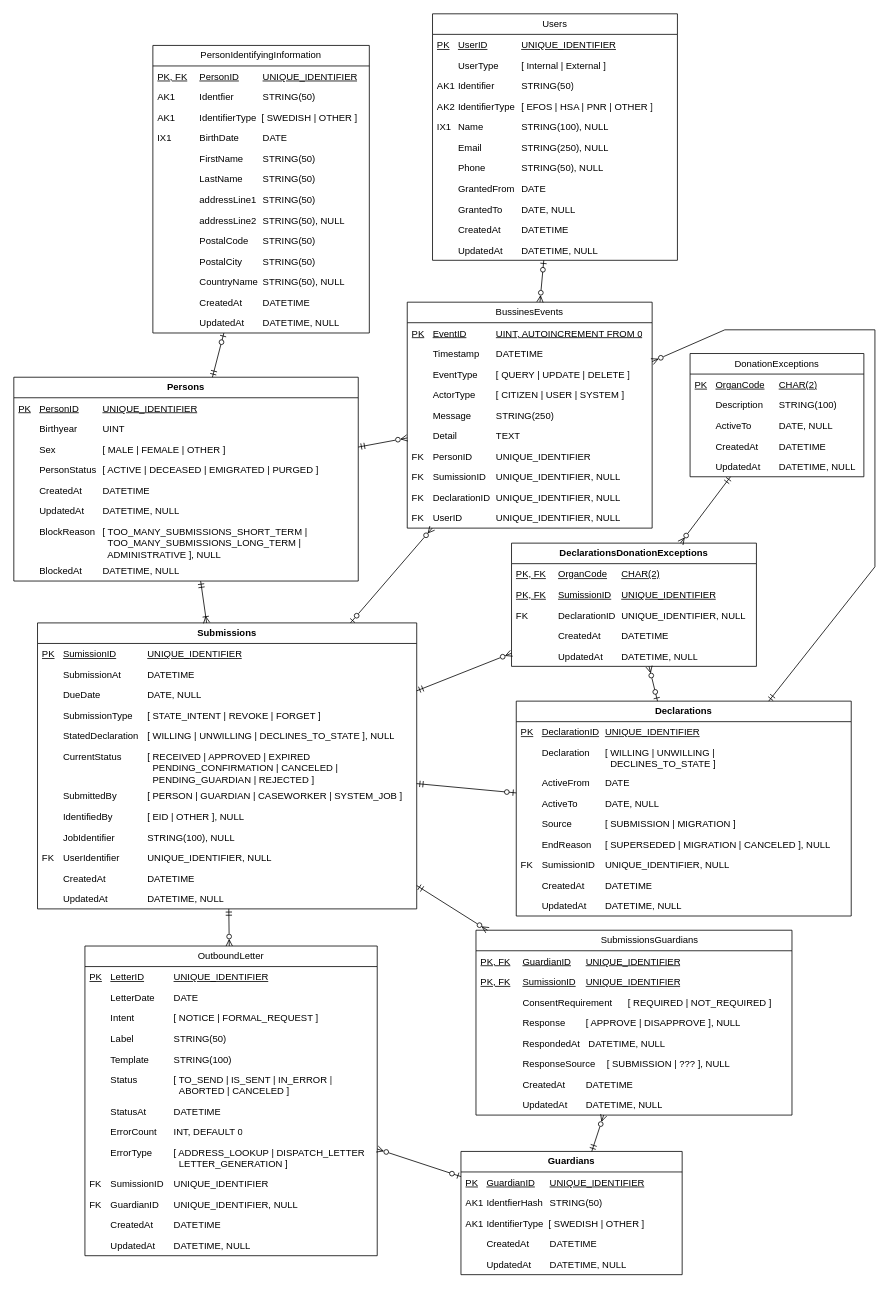
Before: page "Stående Logisk modell" (8 of 9) of Donationsregister.drawio in bhagqvist-consid/ICD11, a draw.io diagram. Source tidied: cells renumbered, new cells numbered last; positions are measured from the earlier drawing's top-left corner, leaving out a move shared by most shapes. Both pictures are drawn from the tidied source at 79%, with x=0, y=0 at pixel (13, 13).
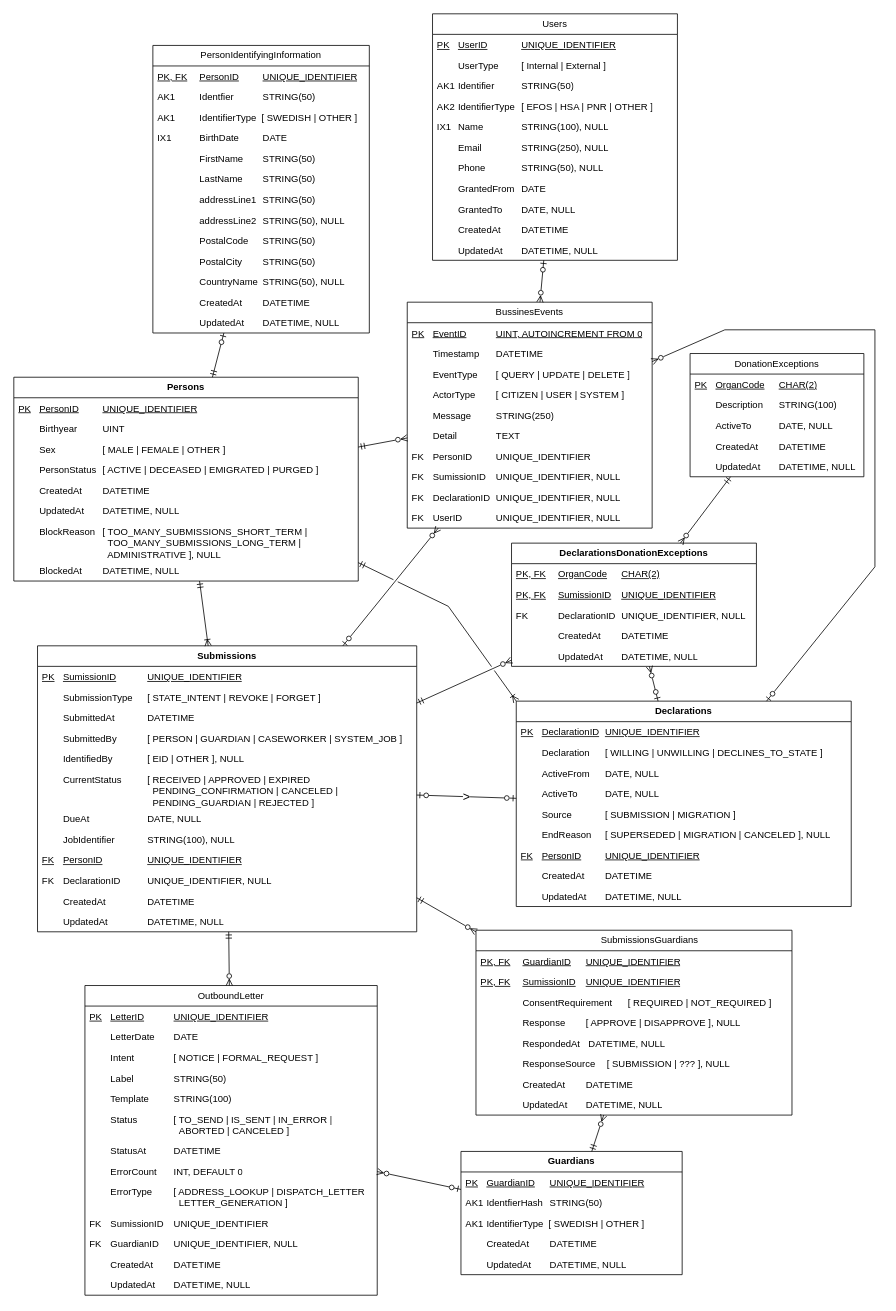
After the change.

Unchanged cells that the change refers to:
```xml
<mxCell id="2" value="Persons" style="swimlane;fontStyle=1;horizontal=1;startSize=26;fillColor=none;whiteSpace=wrap;html=1;" parent="1" vertex="1">
  <mxGeometry y="460" width="436" height="258" as="geometry" />
</mxCell>
<mxCell id="68" value="BussinesEvents" style="swimlane;fontStyle=0;horizontal=1;startSize=26;fillColor=none;whiteSpace=wrap;html=1;" parent="1" vertex="1">
  <mxGeometry x="498" y="365" width="310" height="286" as="geometry" />
</mxCell>
```

The edit, as a diff of the source:
```diff
@@
     <mxCell id="11" value="Submissions" style="swimlane;fontStyle=1;horizontal=1;startSize=26;fillColor=none;whiteSpace=wrap;html=1;" parent="1" vertex="1">
-      <mxGeometry x="30" y="771" width="480" height="362" as="geometry" />
+      <mxGeometry x="30" y="800" width="480" height="362" as="geometry" />
     </mxCell>
@@
+    <mxCell id="15" value="&lt;span style=&quot;white-space: pre;&quot;&gt;&#9;&lt;/span&gt;SubmissionType&lt;span style=&quot;white-space: pre;&quot;&gt;&#9;&lt;/span&gt;[ STATE_INTENT | REVOKE | FORGET ]" style="text;strokeColor=none;fillColor=none;align=left;verticalAlign=top;spacingLeft=4;spacingRight=4;overflow=hidden;whiteSpace=wrap;html=1;" parent="11" vertex="1">
+      <mxGeometry y="52" width="480" height="26" as="geometry" />
+    </mxCell>
-    <mxCell id="13" value="&lt;span style=&quot;white-space: pre;&quot;&gt;&#9;&lt;/span&gt;SubmissionAt&lt;span style=&quot;white-space: pre;&quot;&gt;&#9;&lt;/span&gt;&lt;span style=&quot;white-space: pre;&quot;&gt;&#9;&lt;/span&gt;DATETIME" style="text;strokeColor=none;fillColor=none;align=left;verticalAlign=top;spacingLeft=4;spacingRight=4;overflow=hidden;whiteSpace=wrap;html=1;" parent="11" vertex="1">
-      <mxGeometry y="52" width="480" height="26" as="geometry" />
+    <mxCell id="13" value="&lt;span style=&quot;white-space: pre;&quot;&gt;&#9;&lt;/span&gt;SubmittedAt&lt;span style=&quot;white-space: pre;&quot;&gt;&#9;&lt;/span&gt;&lt;span style=&quot;white-space: pre;&quot;&gt;&#9;&lt;/span&gt;DATETIME" style="text;strokeColor=none;fillColor=none;align=left;verticalAlign=top;spacingLeft=4;spacingRight=4;overflow=hidden;whiteSpace=wrap;html=1;" parent="11" vertex="1">
+      <mxGeometry y="78" width="480" height="26" as="geometry" />
     </mxCell>
-    <mxCell id="14" value="&lt;span style=&quot;white-space: pre;&quot;&gt;&#9;&lt;/span&gt;DueDate&lt;span style=&quot;white-space: pre;&quot;&gt;&#9;&lt;/span&gt;&lt;span style=&quot;white-space: pre;&quot;&gt;&#9;&lt;/span&gt;&lt;span style=&quot;white-space: pre;&quot;&gt;&#9;&lt;/span&gt;DATE, NULL" style="text;strokeColor=none;fillColor=none;align=left;verticalAlign=top;spacingLeft=4;spacingRight=4;overflow=hidden;whiteSpace=wrap;html=1;" parent="11" vertex="1">
-      <mxGeometry y="78" width="480" height="26" as="geometry" />
-    </mxCell>
-    <mxCell id="15" value="&lt;span style=&quot;white-space: pre;&quot;&gt;&#9;&lt;/span&gt;SubmissionType&lt;span style=&quot;white-space: pre;&quot;&gt;&#9;&lt;/span&gt;[ STATE_INTENT | REVOKE | FORGET ]" style="text;strokeColor=none;fillColor=none;align=left;verticalAlign=top;spacingLeft=4;spacingRight=4;overflow=hidden;whiteSpace=wrap;html=1;" parent="11" vertex="1">
-      <mxGeometry y="104" width="480" height="26" as="geometry" />
-    </mxCell>
-    <mxCell id="16" value="&lt;span style=&quot;white-space: pre;&quot;&gt;&#9;&lt;/span&gt;StatedDeclaration&lt;span style=&quot;white-space: pre;&quot;&gt;&#9;&lt;/span&gt;[ WILLING | UNWILLING |&amp;nbsp;DECLINES_TO_STATE ], NULL" style="text;strokeColor=none;fillColor=none;align=left;verticalAlign=top;spacingLeft=4;spacingRight=4;overflow=hidden;whiteSpace=wrap;html=1;" parent="11" vertex="1">
-      <mxGeometry y="130" width="480" height="26" as="geometry" />
-    </mxCell>
-    <mxCell id="17" value="&lt;span style=&quot;white-space: pre;&quot;&gt;&#9;&lt;/span&gt;CurrentStatus&lt;span style=&quot;white-space: pre;&quot;&gt;&#9;&lt;span style=&quot;white-space: pre;&quot;&gt;&#9;&lt;/span&gt;&lt;/span&gt;[ RECEIVED | APPROVED | EXPIRED&lt;br&gt;&lt;span style=&quot;white-space: pre;&quot;&gt;&lt;span style=&quot;white-space: pre;&quot;&gt;&#9;&lt;/span&gt;&#9;&lt;/span&gt;&lt;span style=&quot;white-space: pre;&quot;&gt;&#9;&lt;/span&gt;&lt;span style=&quot;white-space: pre;&quot;&gt;&#9;&lt;/span&gt;&lt;span style=&quot;white-space: pre;&quot;&gt;&#9;&lt;/span&gt;&amp;nbsp;&amp;nbsp;PENDING_CONFIRMATION | CANCELED |&lt;br&gt;&lt;span style=&quot;white-space: pre;&quot;&gt;&lt;span style=&quot;white-space: pre;&quot;&gt;&#9;&lt;/span&gt;&#9;&lt;/span&gt;&lt;span style=&quot;white-space: pre;&quot;&gt;&#9;&lt;/span&gt;&lt;span style=&quot;white-space: pre;&quot;&gt;&#9;&lt;/span&gt;&lt;span style=&quot;white-space: pre;&quot;&gt;&#9;&lt;/span&gt;&amp;nbsp; PENDING_GUARDIAN | REJECTED ]" style="text;strokeColor=none;fillColor=none;align=left;verticalAlign=top;spacingLeft=4;spacingRight=4;overflow=hidden;whiteSpace=wrap;html=1;" parent="11" vertex="1">
-      <mxGeometry y="156" width="480" height="50" as="geometry" />
-    </mxCell>
     <mxCell id="18" value="&lt;span style=&quot;white-space: pre;&quot;&gt;&#9;&lt;/span&gt;SubmittedBy&lt;span style=&quot;white-space: pre;&quot;&gt;&#9;&lt;/span&gt;&lt;span style=&quot;white-space: pre;&quot;&gt;&#9;&lt;/span&gt;[ PERSON | GUARDIAN | CASEWORKER | SYSTEM_JOB ]" style="text;strokeColor=none;fillColor=none;align=left;verticalAlign=top;spacingLeft=4;spacingRight=4;overflow=hidden;whiteSpace=wrap;html=1;" parent="11" vertex="1">
-      <mxGeometry y="206" width="480" height="26" as="geometry" />
+      <mxGeometry y="104" width="480" height="26" as="geometry" />
     </mxCell>
     <mxCell id="19" value="&lt;span style=&quot;white-space: pre;&quot;&gt;&#9;&lt;/span&gt;IdentifiedBy&lt;span style=&quot;white-space: pre;&quot;&gt;&#9;&lt;/span&gt;&lt;span style=&quot;white-space: pre;&quot;&gt;&#9;&lt;/span&gt;[ EID | OTHER ], NULL" style="text;strokeColor=none;fillColor=none;align=left;verticalAlign=top;spacingLeft=4;spacingRight=4;overflow=hidden;whiteSpace=wrap;html=1;" parent="11" vertex="1">
-      <mxGeometry y="232" width="480" height="26" as="geometry" />
+      <mxGeometry y="130" width="480" height="26" as="geometry" />
     </mxCell>
+    <mxCell id="17" value="&lt;span style=&quot;white-space: pre;&quot;&gt;&#9;&lt;/span&gt;CurrentStatus&lt;span style=&quot;white-space: pre;&quot;&gt;&#9;&lt;span style=&quot;white-space: pre;&quot;&gt;&#9;&lt;/span&gt;&lt;/span&gt;[ RECEIVED | APPROVED | EXPIRED&lt;br&gt;&lt;span style=&quot;white-space: pre;&quot;&gt;&lt;span style=&quot;white-space: pre;&quot;&gt;&#9;&lt;/span&gt;&#9;&lt;/span&gt;&lt;span style=&quot;white-space: pre;&quot;&gt;&#9;&lt;/span&gt;&lt;span style=&quot;white-space: pre;&quot;&gt;&#9;&lt;/span&gt;&lt;span style=&quot;white-space: pre;&quot;&gt;&#9;&lt;/span&gt;&amp;nbsp;&amp;nbsp;PENDING_CONFIRMATION | CANCELED |&lt;br&gt;&lt;span style=&quot;white-space: pre;&quot;&gt;&lt;span style=&quot;white-space: pre;&quot;&gt;&#9;&lt;/span&gt;&#9;&lt;/span&gt;&lt;span style=&quot;white-space: pre;&quot;&gt;&#9;&lt;/span&gt;&lt;span style=&quot;white-space: pre;&quot;&gt;&#9;&lt;/span&gt;&lt;span style=&quot;white-space: pre;&quot;&gt;&#9;&lt;/span&gt;&amp;nbsp; PENDING_GUARDIAN | REJECTED ]" style="text;strokeColor=none;fillColor=none;align=left;verticalAlign=top;spacingLeft=4;spacingRight=4;overflow=hidden;whiteSpace=wrap;html=1;" parent="11" vertex="1">
+      <mxGeometry y="156" width="480" height="50" as="geometry" />
+    </mxCell>
+    <mxCell id="14" value="&lt;span style=&quot;white-space: pre;&quot;&gt;&#9;&lt;/span&gt;DueAt&lt;span style=&quot;white-space: pre;&quot;&gt;&#9;&lt;/span&gt;&lt;span style=&quot;white-space: pre;&quot;&gt;&#9;&lt;/span&gt;&lt;span style=&quot;white-space: pre;&quot;&gt;&#9;&lt;/span&gt;DATE, NULL" style="text;strokeColor=none;fillColor=none;align=left;verticalAlign=top;spacingLeft=4;spacingRight=4;overflow=hidden;whiteSpace=wrap;html=1;" parent="11" vertex="1">
+      <mxGeometry y="206" width="480" height="26" as="geometry" />
+    </mxCell>
     <mxCell id="20" value="&lt;span style=&quot;white-space: pre;&quot;&gt;&#9;&lt;/span&gt;JobIdentifier&lt;span style=&quot;white-space: pre;&quot;&gt;&#9;&lt;/span&gt;&lt;span style=&quot;white-space: pre;&quot;&gt;&#9;&lt;/span&gt;STRING(100), NULL" style="text;strokeColor=none;fillColor=none;align=left;verticalAlign=top;spacingLeft=4;spacingRight=4;overflow=hidden;whiteSpace=wrap;html=1;" parent="11" vertex="1">
-      <mxGeometry y="258" width="480" height="26" as="geometry" />
+      <mxGeometry y="232" width="480" height="26" as="geometry" />
     </mxCell>
-    <mxCell id="21" value="FK&lt;span style=&quot;white-space: pre;&quot;&gt;&#9;&lt;/span&gt;UserIdentifier&lt;span style=&quot;white-space: pre;&quot;&gt;&#9;&lt;/span&gt;&lt;span style=&quot;white-space: pre;&quot;&gt;&#9;&lt;/span&gt;UNIQUE_IDENTIFIER, NULL" style="text;strokeColor=none;fillColor=none;align=left;verticalAlign=top;spacingLeft=4;spacingRight=4;overflow=hidden;whiteSpace=wrap;html=1;" parent="11" vertex="1">
-      <mxGeometry y="284" width="480" height="26" as="geometry" />
-    </mxCell>
+    <mxCell id="126" value="FK&lt;span style=&quot;white-space: pre;&quot;&gt;&#9;&lt;/span&gt;PersonID&lt;span style=&quot;white-space: pre;&quot;&gt;&#9;&lt;/span&gt;&lt;span style=&quot;white-space: pre;&quot;&gt;&#9;&lt;span style=&quot;white-space: pre;&quot;&gt;&#9;&lt;/span&gt;&lt;/span&gt;UNIQUE_IDENTIFIER" style="text;strokeColor=none;fillColor=none;align=left;verticalAlign=top;spacingLeft=4;spacingRight=4;overflow=hidden;whiteSpace=wrap;html=1;fontStyle=4;" parent="11" vertex="1">
+      <mxGeometry y="258" width="480" height="26" as="geometry" />
+    </mxCell>
+    <mxCell id="31" value="FK&lt;span style=&quot;white-space: pre;&quot;&gt;&#9;&lt;/span&gt;DeclarationID&lt;span style=&quot;white-space: pre;&quot;&gt;&#9;&lt;/span&gt;&lt;span style=&quot;white-space: pre;&quot;&gt;&#9;&lt;/span&gt;UNIQUE_IDENTIFIER, NULL" style="text;strokeColor=none;fillColor=none;align=left;verticalAlign=top;spacingLeft=4;spacingRight=4;overflow=hidden;whiteSpace=wrap;html=1;fontStyle=0;" parent="11" vertex="1">
+      <mxGeometry y="284" width="480" height="26" as="geometry" />
+    </mxCell>
@@
     <mxCell id="24" value="Declarations" style="swimlane;fontStyle=1;horizontal=1;startSize=26;fillColor=none;whiteSpace=wrap;html=1;" parent="1" vertex="1">
-      <mxGeometry x="636" y="870" width="424" height="272" as="geometry" />
+      <mxGeometry x="636" y="870" width="424" height="260" as="geometry" />
     </mxCell>
@@
-    <mxCell id="26" value="&lt;span style=&quot;white-space: pre;&quot;&gt;&#9;&lt;/span&gt;Declaration&lt;span style=&quot;white-space: pre;&quot;&gt;&#9;&lt;/span&gt;[ WILLING | UNWILLING | &lt;br&gt;&lt;span style=&quot;white-space: pre;&quot;&gt;&#9;&lt;/span&gt;&lt;span style=&quot;white-space: pre;&quot;&gt;&#9;&lt;/span&gt;&lt;span style=&quot;white-space: pre;&quot;&gt;&#9;&lt;/span&gt;&lt;span style=&quot;white-space: pre;&quot;&gt;&#9;&lt;/span&gt;&amp;nbsp; DECLINES_TO_STATE ]" style="text;strokeColor=none;fillColor=none;align=left;verticalAlign=top;spacingLeft=4;spacingRight=4;overflow=hidden;whiteSpace=wrap;html=1;" parent="24" vertex="1">
-      <mxGeometry y="52" width="424" height="38" as="geometry" />
+    <mxCell id="26" value="&lt;span style=&quot;white-space: pre;&quot;&gt;&#9;&lt;/span&gt;Declaration&lt;span style=&quot;white-space: pre;&quot;&gt;&#9;&lt;/span&gt;[ WILLING | UNWILLING |&amp;nbsp;DECLINES_TO_STATE ]" style="text;strokeColor=none;fillColor=none;align=left;verticalAlign=top;spacingLeft=4;spacingRight=4;overflow=hidden;whiteSpace=wrap;html=1;" parent="24" vertex="1">
+      <mxGeometry y="52" width="424" height="26" as="geometry" />
     </mxCell>
-    <mxCell id="27" value="&lt;span style=&quot;white-space: pre;&quot;&gt;&#9;&lt;/span&gt;ActiveFrom&lt;span style=&quot;white-space: pre;&quot;&gt;&#9;&lt;/span&gt;DATE" style="text;strokeColor=none;fillColor=none;align=left;verticalAlign=top;spacingLeft=4;spacingRight=4;overflow=hidden;whiteSpace=wrap;html=1;" parent="24" vertex="1">
-      <mxGeometry y="90" width="424" height="26" as="geometry" />
+    <mxCell id="27" value="&lt;span style=&quot;white-space: pre;&quot;&gt;&#9;&lt;/span&gt;ActiveFrom&lt;span style=&quot;white-space: pre;&quot;&gt;&#9;&lt;/span&gt;DATE, NULL" style="text;strokeColor=none;fillColor=none;align=left;verticalAlign=top;spacingLeft=4;spacingRight=4;overflow=hidden;whiteSpace=wrap;html=1;" parent="24" vertex="1">
+      <mxGeometry y="78" width="424" height="26" as="geometry" />
     </mxCell>
     <mxCell id="28" value="&lt;span style=&quot;white-space: pre;&quot;&gt;&#9;&lt;/span&gt;ActiveTo&lt;span style=&quot;white-space: pre;&quot;&gt;&#9;&lt;/span&gt;&lt;span style=&quot;white-space: pre;&quot;&gt;&#9;&lt;/span&gt;DATE, NULL" style="text;strokeColor=none;fillColor=none;align=left;verticalAlign=top;spacingLeft=4;spacingRight=4;overflow=hidden;whiteSpace=wrap;html=1;" parent="24" vertex="1">
-      <mxGeometry y="116" width="424" height="26" as="geometry" />
+      <mxGeometry y="104" width="424" height="26" as="geometry" />
     </mxCell>
     <mxCell id="29" value="&lt;span style=&quot;white-space: pre;&quot;&gt;&#9;&lt;/span&gt;Source&lt;span style=&quot;white-space: pre;&quot;&gt;&#9;&lt;/span&gt;&lt;span style=&quot;white-space: pre;&quot;&gt;&#9;&lt;/span&gt;[ SUBMISSION | MIGRATION ]" style="text;strokeColor=none;fillColor=none;align=left;verticalAlign=top;spacingLeft=4;spacingRight=4;overflow=hidden;whiteSpace=wrap;html=1;" parent="24" vertex="1">
-      <mxGeometry y="142" width="424" height="26" as="geometry" />
+      <mxGeometry y="130" width="424" height="26" as="geometry" />
     </mxCell>
     <mxCell id="30" value="&lt;span style=&quot;white-space: pre;&quot;&gt;&#9;&lt;/span&gt;EndReason&lt;span style=&quot;white-space: pre;&quot;&gt;&#9;&lt;/span&gt;[ SUPERSEDED | MIGRATION | CANCELED ], NULL" style="text;strokeColor=none;fillColor=none;align=left;verticalAlign=top;spacingLeft=4;spacingRight=4;overflow=hidden;whiteSpace=wrap;html=1;" parent="24" vertex="1">
-      <mxGeometry y="168" width="424" height="26" as="geometry" />
+      <mxGeometry y="156" width="424" height="26" as="geometry" />
     </mxCell>
-    <mxCell id="31" value="FK&lt;span style=&quot;white-space: pre;&quot;&gt;&#9;&lt;/span&gt;SumissionID&lt;span style=&quot;white-space: pre;&quot;&gt;&#9;&lt;/span&gt;UNIQUE_IDENTIFIER, NULL" style="text;strokeColor=none;fillColor=none;align=left;verticalAlign=top;spacingLeft=4;spacingRight=4;overflow=hidden;whiteSpace=wrap;html=1;fontStyle=0;" parent="24" vertex="1">
-      <mxGeometry y="194" width="424" height="26" as="geometry" />
-    </mxCell>
+    <mxCell id="127" value="FK&lt;span style=&quot;white-space: pre;&quot;&gt;&#9;&lt;/span&gt;PersonID&lt;span style=&quot;white-space: pre;&quot;&gt;&#9;&lt;/span&gt;&lt;span style=&quot;white-space: pre;&quot;&gt;&#9;&lt;/span&gt;UNIQUE_IDENTIFIER" style="text;strokeColor=none;fillColor=none;align=left;verticalAlign=top;spacingLeft=4;spacingRight=4;overflow=hidden;whiteSpace=wrap;html=1;fontStyle=4;" parent="24" vertex="1">
+      <mxGeometry y="182" width="424" height="26" as="geometry" />
+    </mxCell>
     <mxCell id="32" value="&lt;span style=&quot;white-space: pre;&quot;&gt;&#9;&lt;/span&gt;CreatedAt&amp;nbsp; &lt;span style=&quot;white-space: pre;&quot;&gt;&#9;&lt;/span&gt;DATETIME" style="text;strokeColor=none;fillColor=none;align=left;verticalAlign=top;spacingLeft=4;spacingRight=4;overflow=hidden;whiteSpace=wrap;html=1;" parent="24" vertex="1">
-      <mxGeometry y="220" width="424" height="26" as="geometry" />
+      <mxGeometry y="208" width="424" height="26" as="geometry" />
     </mxCell>
     <mxCell id="33" value="&lt;span style=&quot;white-space: pre;&quot;&gt;&#9;&lt;/span&gt;UpdatedAt&amp;nbsp; &lt;span style=&quot;white-space: pre;&quot;&gt;&#9;&lt;/span&gt;DATETIME, NULL" style="text;strokeColor=none;fillColor=none;align=left;verticalAlign=top;spacingLeft=4;spacingRight=4;overflow=hidden;whiteSpace=wrap;html=1;" parent="24" vertex="1">
-      <mxGeometry y="246" width="424" height="26" as="geometry" />
+      <mxGeometry y="234" width="424" height="26" as="geometry" />
     </mxCell>
@@
     <mxCell id="48" value="OutboundLetter" style="swimlane;fontStyle=0;horizontal=1;startSize=26;fillColor=none;whiteSpace=wrap;html=1;" parent="1" vertex="1">
-      <mxGeometry x="90" y="1180" width="370" height="392" as="geometry" />
+      <mxGeometry x="90" y="1230" width="370" height="392" as="geometry" />
     </mxCell>
@@
-    <mxCell id="112" style="fontSize=12;html=1;endArrow=ERzeroToOne;startArrow=ERmandOne;rounded=0;" parent="1" edge="1" source="11" target="24">
+    <mxCell id="112" value="&amp;gt;" style="fontSize=16;html=1;endArrow=ERzeroToOne;startArrow=ERzeroToOne;rounded=0;startFill=0;fontStyle=0;" parent="1" edge="1" source="24" target="11">
       <mxGeometry relative="1" as="geometry" />
     </mxCell>
@@
-    <mxCell id="114" style="fontSize=12;html=1;endArrow=ERmandOne;startArrow=ERzeroToMany;rounded=0;startFill=0;endFill=0;" parent="1" edge="1" source="68" target="24">
+    <mxCell id="114" style="fontSize=12;html=1;endArrow=ERzeroToOne;startArrow=ERzeroToMany;rounded=0;startFill=0;endFill=0;" parent="1" edge="1" source="68" target="24">
       <mxGeometry relative="1" as="geometry">
         <Array as="points">
           <mxPoint x="900" y="400" />
           <mxPoint x="1090" y="400" />
           <mxPoint x="1090" y="700" />
         </Array>
       </mxGeometry>
     </mxCell>
@@
-    <mxCell id="120" style="fontSize=12;html=1;endArrow=ERmandOne;startArrow=ERoneToMany;rounded=0;startFill=0;endFill=0;" parent="1" edge="1" source="11" target="2">
-      <mxGeometry relative="1" as="geometry" />
-    </mxCell>
@@
+    <mxCell id="120" style="fontSize=12;html=1;endArrow=ERmandOne;startArrow=ERoneToMany;rounded=0;startFill=0;endFill=0;exitX=0;exitY=0;exitDx=0;exitDy=0;jumpStyle=gap;" parent="1" edge="1" source="24" target="2">
+      <mxGeometry relative="1" as="geometry">
+        <Array as="points">
+          <mxPoint x="550" y="750" />
+        </Array>
+      </mxGeometry>
+    </mxCell>
+    <mxCell id="128" style="fontSize=12;html=1;endArrow=ERmandOne;startArrow=ERoneToMany;rounded=0;startFill=0;endFill=0;" parent="1" edge="1" source="11" target="2">
+      <mxGeometry relative="1" as="geometry" />
+    </mxCell>
```
